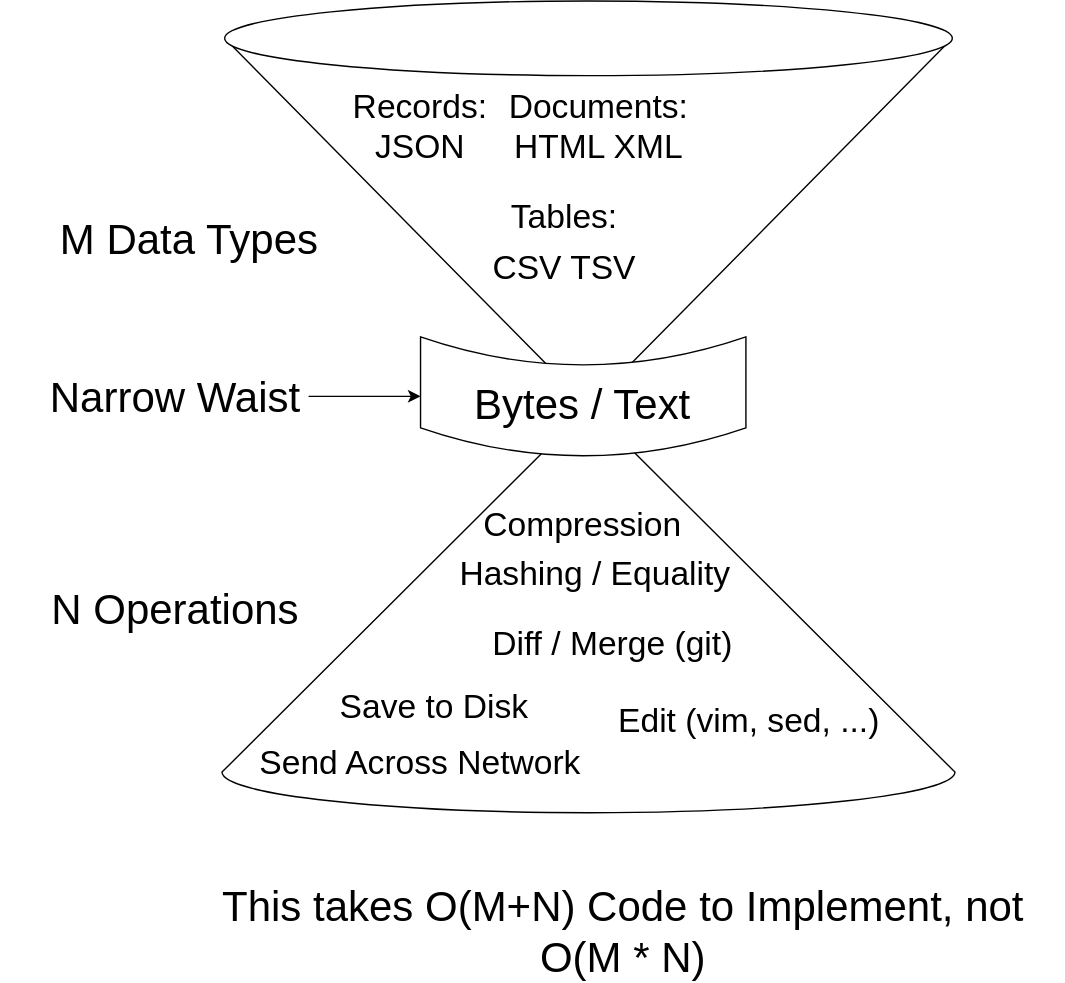
Earlier version of the draw.io export github-test-Page-1.drawio.svg (oils-for-unix/diagrams-test). Source tidied: cells renumbered, new cells last; positions are measured from the earlier drawing's top-left corner, leaving out a move shared by most shapes.
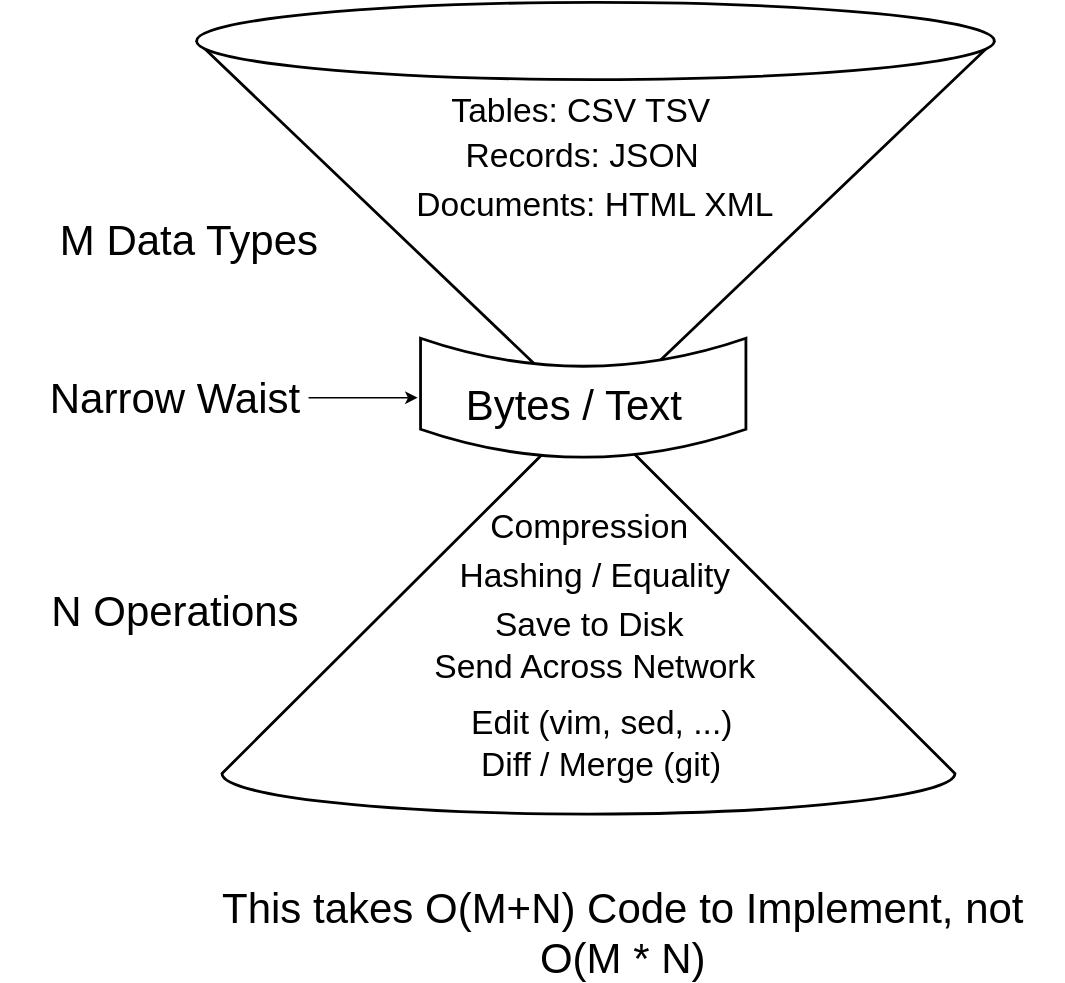
Later version of the same file.

Diff of the diagram source:
```diff
@@ -2,17 +2,17 @@
   <root>
     <mxCell id="0" />
     <mxCell id="1" parent="0" />
-    <mxCell id="2" style="verticalLabelPosition=bottom;verticalAlign=top;html=1;shape=mxgraph.basic.cone2;dx=0.5;dy=0.9;" parent="1" vertex="1">
+    <mxCell id="2" style="verticalLabelPosition=bottom;verticalAlign=top;html=1;shape=mxgraph.basic.cone2;dx=0.5;dy=0.9;strokeWidth=2;" parent="1" vertex="1">
       <mxGeometry x="158.1" y="290" width="523.8" height="290" as="geometry" />
     </mxCell>
-    <mxCell id="3" style="verticalLabelPosition=bottom;verticalAlign=top;html=1;shape=mxgraph.basic.cone;direction=west;" parent="1" vertex="1">
-      <mxGeometry x="160" width="520" height="290" as="geometry" />
+    <mxCell id="3" style="verticalLabelPosition=bottom;verticalAlign=top;html=1;shape=mxgraph.basic.cone;direction=west;strokeWidth=2;" parent="1" vertex="1">
+      <mxGeometry x="140" width="570" height="300" as="geometry" />
     </mxCell>
-    <mxCell id="4" style="shape=dataStorage;whiteSpace=wrap;html=1;fixedSize=1;fontSize=30;rotation=-90;" parent="1" vertex="1">
+    <mxCell id="4" style="shape=dataStorage;whiteSpace=wrap;html=1;fixedSize=1;fontSize=30;rotation=-90;strokeWidth=2;perimeterSpacing=2;" parent="1" vertex="1">
       <mxGeometry x="373.8" y="166.2" width="85" height="232.5" as="geometry" />
     </mxCell>
-    <mxCell id="5" value="Bytes / Text" style="text;html=1;strokeColor=none;fillColor=none;align=center;verticalAlign=middle;whiteSpace=wrap;rounded=0;fontSize=30;" parent="1" vertex="1">
-      <mxGeometry x="295" y="252.5" width="242.5" height="70" as="geometry" />
+    <mxCell id="5" value="Bytes / Text" style="text;html=1;strokeColor=none;fillColor=none;align=center;verticalAlign=middle;whiteSpace=wrap;rounded=0;fontSize=30;strokeWidth=3;" parent="1" vertex="1">
+      <mxGeometry x="288.8" y="252.5" width="242.5" height="70" as="geometry" />
     </mxCell>
     <mxCell id="6" style="edgeStyle=orthogonalEdgeStyle;rounded=0;jettySize=auto;html=1;exitX=1;exitY=0.5;exitDx=0;exitDy=0;entryX=0.5;entryY=0;entryDx=0;entryDy=0;fontSize=30;" parent="1" edge="1" source="7" target="4">
       <mxGeometry relative="1" as="geometry" />
@@ -29,32 +29,32 @@
     <mxCell id="10" value="N Operations" style="text;html=1;strokeColor=none;fillColor=none;align=center;verticalAlign=middle;whiteSpace=wrap;rounded=0;fontSize=30;" parent="1" vertex="1">
       <mxGeometry y="410" width="250" height="50" as="geometry" />
     </mxCell>
-    <mxCell id="11" value="Records:&lt;br style=&quot;font-size: 24px;&quot;&gt;JSON" style="text;html=1;strokeColor=none;fillColor=none;align=center;verticalAlign=middle;whiteSpace=wrap;rounded=0;fontSize=24;" parent="1" vertex="1">
-      <mxGeometry x="230" y="60" width="140" height="60" as="geometry" />
+    <mxCell id="11" value="Records: JSON" style="text;html=1;strokeColor=none;fillColor=none;align=center;verticalAlign=middle;whiteSpace=wrap;rounded=0;fontSize=24;" parent="1" vertex="1">
+      <mxGeometry x="301.3" y="80" width="230" height="60" as="geometry" />
     </mxCell>
     <mxCell id="12" value="Documents: HTML XML" style="text;html=1;strokeColor=none;fillColor=none;align=center;verticalAlign=middle;whiteSpace=wrap;rounded=0;fontSize=24;" parent="1" vertex="1">
-      <mxGeometry x="330" y="55" width="195" height="70" as="geometry" />
+      <mxGeometry x="290" y="110" width="270" height="70" as="geometry" />
     </mxCell>
     <mxCell id="13" value="&lt;font style=&quot;font-size: 24px&quot;&gt;Tables: CSV TSV&lt;/font&gt;" style="text;html=1;strokeColor=none;fillColor=none;align=center;verticalAlign=middle;whiteSpace=wrap;rounded=0;fontSize=30;" parent="1" vertex="1">
-      <mxGeometry x="337.5" y="155" width="130" height="30" as="geometry" />
+      <mxGeometry x="298.8" y="60" width="232.5" height="30" as="geometry" />
     </mxCell>
     <mxCell id="14" value="Edit (vim, sed, ...)" style="text;html=1;strokeColor=none;fillColor=none;align=center;verticalAlign=middle;whiteSpace=wrap;rounded=0;fontSize=24;" parent="1" vertex="1">
-      <mxGeometry x="440" y="500" width="190" height="30" as="geometry" />
+      <mxGeometry x="335" y="500" width="190" height="30" as="geometry" />
     </mxCell>
     <mxCell id="15" value="Send Across Network" style="text;html=1;strokeColor=none;fillColor=none;align=center;verticalAlign=middle;whiteSpace=wrap;rounded=0;fontSize=24;" parent="1" vertex="1">
-      <mxGeometry x="181.9" y="530" width="236.2" height="30" as="geometry" />
+      <mxGeometry x="306.9" y="460" width="236.2" height="30" as="geometry" />
     </mxCell>
     <mxCell id="16" value="Save to Disk&lt;br&gt;" style="text;html=1;strokeColor=none;fillColor=none;align=center;verticalAlign=middle;whiteSpace=wrap;rounded=0;fontSize=24;" parent="1" vertex="1">
-      <mxGeometry x="240" y="490" width="140" height="30" as="geometry" />
+      <mxGeometry x="351.3" y="430" width="140" height="30" as="geometry" />
     </mxCell>
     <mxCell id="17" value="Compression" style="text;html=1;strokeColor=none;fillColor=none;align=center;verticalAlign=middle;whiteSpace=wrap;rounded=0;fontSize=24;" parent="1" vertex="1">
-      <mxGeometry x="341.3" y="360" width="150" height="30" as="geometry" />
+      <mxGeometry x="346.3" y="360" width="150" height="30" as="geometry" />
     </mxCell>
     <mxCell id="18" value="Hashing / Equality" style="text;html=1;strokeColor=none;fillColor=none;align=center;verticalAlign=middle;whiteSpace=wrap;rounded=0;fontSize=24;" parent="1" vertex="1">
       <mxGeometry x="325" y="390" width="200" height="40" as="geometry" />
     </mxCell>
     <mxCell id="19" value="Diff / Merge (git)" style="text;html=1;strokeColor=none;fillColor=none;align=center;verticalAlign=middle;whiteSpace=wrap;rounded=0;fontSize=24;" parent="1" vertex="1">
-      <mxGeometry x="350" y="445" width="175" height="30" as="geometry" />
+      <mxGeometry x="342.5" y="530" width="175" height="30" as="geometry" />
     </mxCell>
   </root>
 </mxGraphModel>
```
